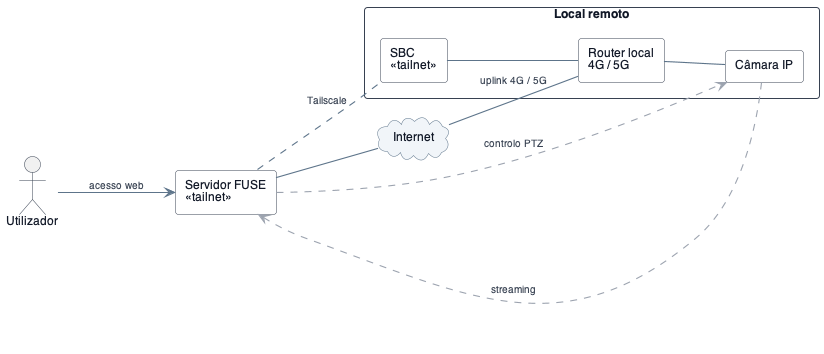
The PlantUML diagram thesis/ch3/assets/cenario-solucao-fuse-tailscale.png in gustavocaiano/fuse, before a commit.
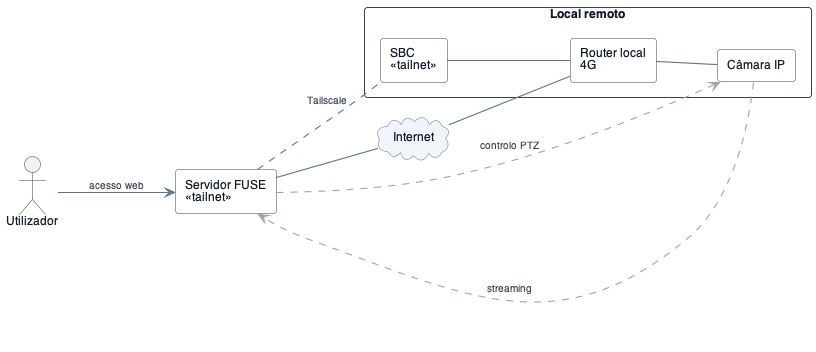
Later version of the same file.

What changed in the source:
```diff
@@ -45,7 +45,7 @@
 cloud "Internet" as Net
 
 package "Local remoto" as Remote {
-  rectangle "Router local\n4G / 5G" as Router
+  rectangle "Router local\n4G" as Router
   rectangle "SBC\n«tailnet»" as SBC
   rectangle "Câmara IP" as Camera
 
@@ -55,7 +55,7 @@
 
 User --> FUSE : acesso web
 FUSE -- Net
-Net -- Router : uplink 4G / 5G
+Net -- Router
 
 FUSE .. SBC : Tailscale
 
```
